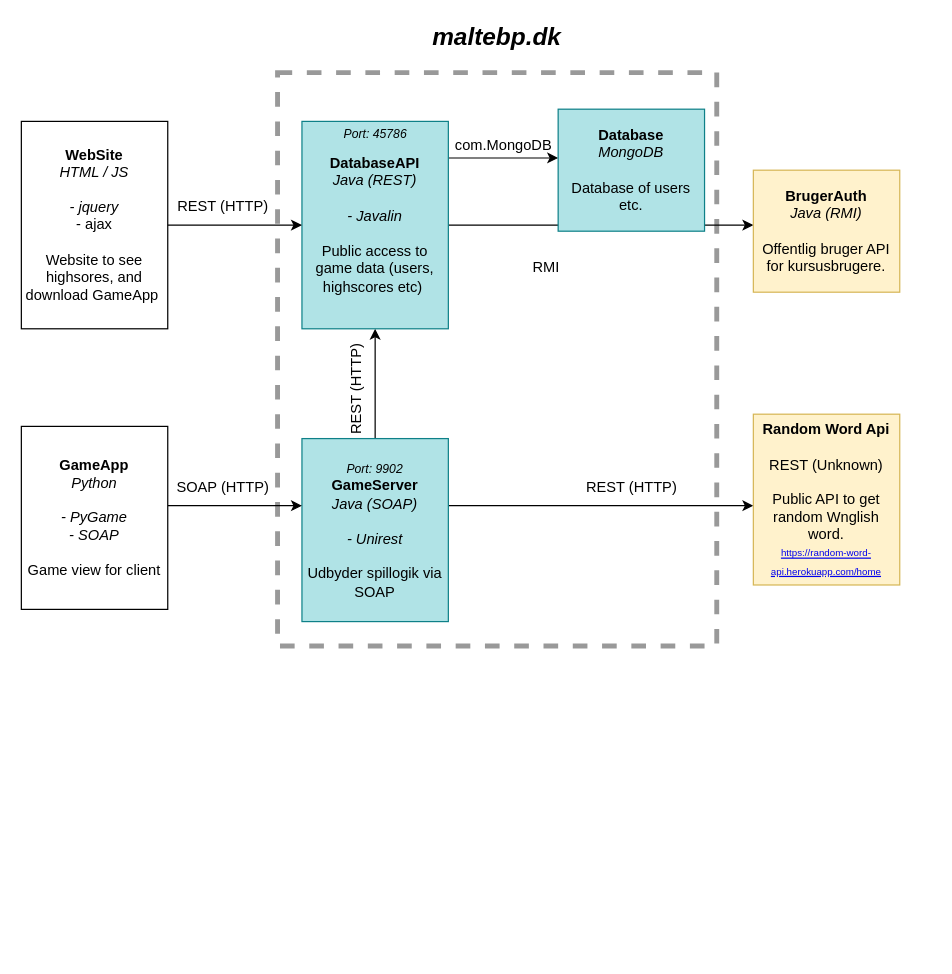
Earlier version of the draw.io diagram network_topology.drawio (maltebp/HangmanOnline). Source tidied: cells renumbered, new cells numbered last; positions are measured from the earlier drawing's top-left corner, leaving out a move shared by most shapes. Both pictures are drawn from the tidied source at 122%, with x=0, y=0 at pixel (21, 23).
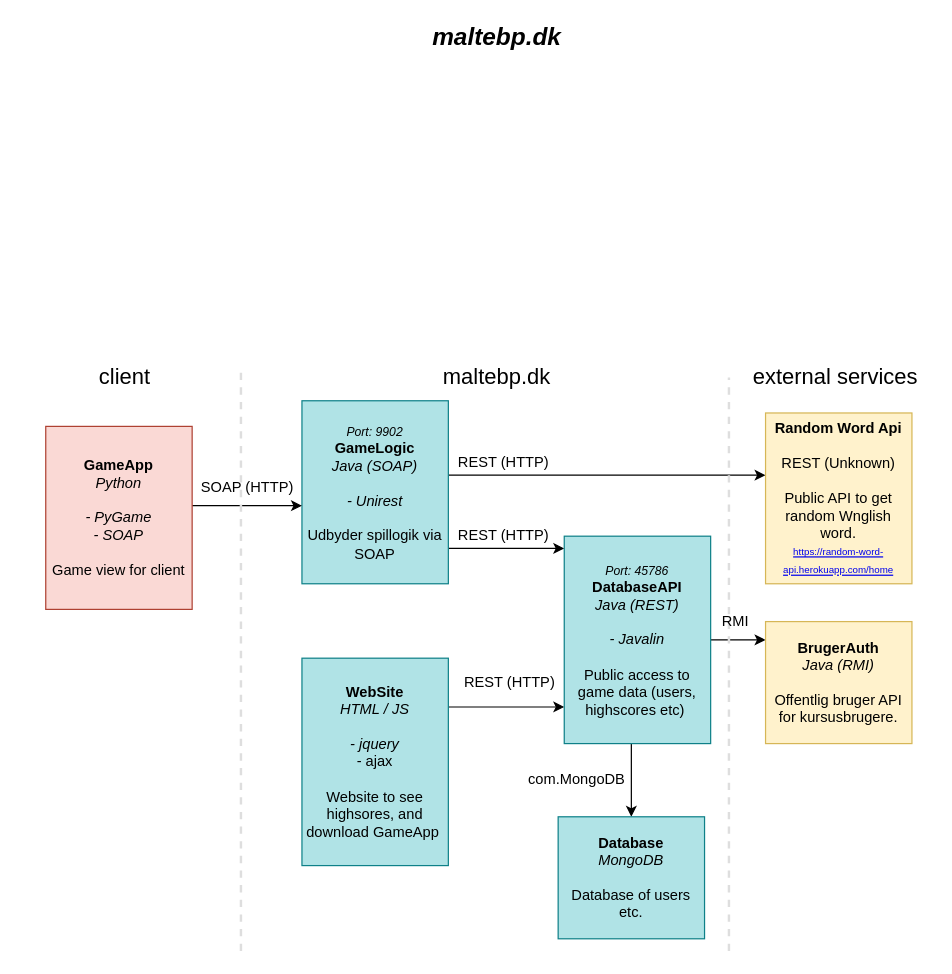
The same diagram, later.

Commit message:
Restructered network topology

The edit, as a diff of the source:
```diff
@@
-    <mxCell id="2" style="rounded=0;whiteSpace=wrap;html=1;strokeColor=#999999;dashed=1;fillColor=none;strokeWidth=4;" parent="1" vertex="1">
-      <mxGeometry x="210" y="40" width="360" height="470" as="geometry" />
-    </mxCell>
     <mxCell id="3" style="edgeStyle=orthogonalEdgeStyle;rounded=0;jettySize=auto;html=1;strokeColor=#000000;shadow=0;comic=0;" parent="1" edge="1" source="5" target="11">
-      <mxGeometry relative="1" as="geometry" />
+      <mxGeometry relative="1" as="geometry">
+        <Array as="points">
+          <mxPoint x="420" y="430" />
+          <mxPoint x="420" y="430" />
+        </Array>
+      </mxGeometry>
     </mxCell>
     <mxCell id="4" style="edgeStyle=orthogonalEdgeStyle;rounded=0;jettySize=auto;html=1;" parent="1" edge="1" source="5" target="21">
       <mxGeometry relative="1" as="geometry">
         <Array as="points">
-          <mxPoint x="590" y="395" />
-          <mxPoint x="590" y="395" />
+          <mxPoint x="490" y="370" />
+          <mxPoint x="490" y="370" />
         </Array>
       </mxGeometry>
     </mxCell>
-    <mxCell id="5" value="&lt;i style=&quot;font-size: 10px&quot;&gt;Port: 9902&lt;/i&gt;&lt;br&gt;&lt;b&gt;&lt;font style=&quot;font-size: 12px&quot;&gt;GameServer&lt;/font&gt;&lt;/b&gt;&lt;br&gt;&lt;i&gt;Java (SOAP)&lt;br&gt;&lt;br&gt;- Unirest&lt;br&gt;&lt;/i&gt;&lt;br&gt;Udbyder spillogik via SOAP" style="rounded=0;whiteSpace=wrap;html=1;fillColor=#b0e3e6;strokeColor=#0e8088;" parent="1" vertex="1">
-      <mxGeometry x="230" y="340" width="120" height="150" as="geometry" />
+    <mxCell id="5" value="&lt;i style=&quot;font-size: 10px&quot;&gt;Port: 9902&lt;/i&gt;&lt;br&gt;&lt;b&gt;&lt;font style=&quot;font-size: 12px&quot;&gt;GameLogic&lt;/font&gt;&lt;/b&gt;&lt;br&gt;&lt;i&gt;Java (SOAP)&lt;br&gt;&lt;br&gt;- Unirest&lt;br&gt;&lt;/i&gt;&lt;br&gt;Udbyder spillogik via SOAP" style="rounded=0;whiteSpace=wrap;html=1;fillColor=#b0e3e6;strokeColor=#0e8088;" parent="1" vertex="1">
+      <mxGeometry x="230" y="309" width="120" height="150" as="geometry" />
     </mxCell>
@@
-    <mxCell id="7" value="&lt;b&gt;GameApp&lt;br&gt;&lt;/b&gt;&lt;i&gt;Python&lt;/i&gt;&lt;br&gt;&lt;br&gt;&lt;i&gt;- PyGame&lt;/i&gt;&lt;br&gt;&lt;i&gt;- SOAP&lt;/i&gt;&lt;br&gt;&lt;br&gt;Game view for client" style="rounded=0;whiteSpace=wrap;html=1;strokeColor=#000000;" parent="1" vertex="1">
-      <mxGeometry y="330" width="120" height="150" as="geometry" />
+    <mxCell id="7" value="&lt;b&gt;GameApp&lt;br&gt;&lt;/b&gt;&lt;i&gt;Python&lt;/i&gt;&lt;br&gt;&lt;br&gt;&lt;i&gt;- PyGame&lt;/i&gt;&lt;br&gt;&lt;i&gt;- SOAP&lt;/i&gt;&lt;br&gt;&lt;br&gt;Game view for client" style="rounded=0;whiteSpace=wrap;html=1;strokeColor=#ae4132;fillColor=#fad9d5;" parent="1" vertex="1">
+      <mxGeometry x="20" y="330" width="120" height="150" as="geometry" />
     </mxCell>
+    <mxCell id="14" style="edgeStyle=orthogonalEdgeStyle;rounded=0;jettySize=auto;html=1;" parent="1" edge="1" source="8" target="11">
+      <mxGeometry relative="1" as="geometry">
+        <Array as="points">
+          <mxPoint x="390" y="560" />
+          <mxPoint x="390" y="560" />
+        </Array>
+      </mxGeometry>
+    </mxCell>
-    <mxCell id="8" value="&lt;b&gt;WebSite&lt;br&gt;&lt;/b&gt;&lt;i&gt;HTML / JS&lt;/i&gt;&lt;br&gt;&lt;br&gt;&lt;i&gt;- jquery&lt;br&gt;&lt;/i&gt;- ajax&lt;br&gt;&lt;br&gt;Website to see highsores, and download GameApp&amp;nbsp;" style="rounded=0;whiteSpace=wrap;html=1;strokeColor=#000000;" parent="1" vertex="1">
-      <mxGeometry y="80" width="120" height="170" as="geometry" />
+    <mxCell id="8" value="&lt;b&gt;WebSite&lt;br&gt;&lt;/b&gt;&lt;i&gt;HTML / JS&lt;/i&gt;&lt;br&gt;&lt;br&gt;&lt;i&gt;- jquery&lt;br&gt;&lt;/i&gt;- ajax&lt;br&gt;&lt;br&gt;Website to see highsores, and download GameApp&amp;nbsp;" style="rounded=0;whiteSpace=wrap;html=1;strokeColor=#0e8088;fillColor=#b0e3e6;" parent="1" vertex="1">
+      <mxGeometry x="230" y="520" width="120" height="170" as="geometry" />
     </mxCell>
+    <mxCell id="10" style="edgeStyle=orthogonalEdgeStyle;rounded=0;jettySize=auto;html=1;strokeColor=#000000;comic=0;" parent="1" edge="1" source="11" target="13">
+      <mxGeometry relative="1" as="geometry">
+        <Array as="points">
+          <mxPoint x="670" y="525" />
+        </Array>
+      </mxGeometry>
+    </mxCell>
-    <mxCell id="9" style="edgeStyle=orthogonalEdgeStyle;rounded=0;jettySize=auto;html=1;strokeColor=#000000;" parent="1" edge="1" source="11" target="12">
+    <mxCell id="9" style="edgeStyle=orthogonalEdgeStyle;rounded=0;jettySize=auto;html=1;" parent="1" edge="1" source="11" target="12">
       <mxGeometry relative="1" as="geometry">
         <Array as="points">
-          <mxPoint x="385" y="110" />
-          <mxPoint x="385" y="110" />
+          <mxPoint x="500" y="620" />
+          <mxPoint x="500" y="620" />
         </Array>
       </mxGeometry>
     </mxCell>
-    <mxCell id="10" style="edgeStyle=orthogonalEdgeStyle;rounded=0;jettySize=auto;html=1;strokeColor=#000000;comic=0;" parent="1" edge="1" source="11" target="13">
-      <mxGeometry relative="1" as="geometry">
-        <Array as="points">
-          <mxPoint x="600" y="210" />
-          <mxPoint x="600" y="210" />
-        </Array>
-      </mxGeometry>
-    </mxCell>
-    <mxCell id="11" value="&lt;b&gt;DatabaseAPI&lt;br&gt;&lt;/b&gt;&lt;i&gt;Java (REST)&lt;/i&gt;&lt;br&gt;&lt;br&gt;&lt;i&gt;- Javalin&lt;/i&gt;&lt;br&gt;&lt;br&gt;Public access to game data (users, highscores etc)&amp;nbsp;" style="rounded=0;whiteSpace=wrap;html=1;fillColor=#b0e3e6;strokeColor=#0e8088;" parent="1" vertex="1">
-      <mxGeometry x="230" y="80" width="120" height="170" as="geometry" />
+    <mxCell id="11" value="&lt;i style=&quot;white-space: nowrap&quot;&gt;&lt;font style=&quot;font-size: 10px&quot;&gt;Port: 45786&lt;/font&gt;&lt;/i&gt;&lt;b&gt;&lt;br&gt;DatabaseAPI&lt;br&gt;&lt;/b&gt;&lt;i&gt;Java (REST)&lt;/i&gt;&lt;br&gt;&lt;br&gt;&lt;i&gt;- Javalin&lt;/i&gt;&lt;br&gt;&lt;br&gt;Public access to game data (users, highscores etc)&amp;nbsp;" style="rounded=0;whiteSpace=wrap;html=1;fillColor=#b0e3e6;strokeColor=#0e8088;" parent="1" vertex="1">
+      <mxGeometry x="445" y="420" width="120" height="170" as="geometry" />
     </mxCell>
     <mxCell id="12" value="&lt;b&gt;Database&lt;br&gt;&lt;/b&gt;&lt;i&gt;MongoDB&lt;/i&gt;&lt;br&gt;&lt;div&gt;&lt;br&gt;&lt;/div&gt;Database of users etc." style="rounded=0;whiteSpace=wrap;html=1;fillColor=#b0e3e6;strokeColor=#0e8088;" parent="1" vertex="1">
-      <mxGeometry x="440" y="70" width="120" height="100" as="geometry" />
+      <mxGeometry x="440" y="650" width="120" height="100" as="geometry" />
     </mxCell>
     <mxCell id="13" value="&lt;b&gt;BrugerAuth&lt;br&gt;&lt;/b&gt;&lt;i&gt;Java (RMI)&lt;/i&gt;&lt;br&gt;&lt;br&gt;Offentlig bruger API for kursusbrugere." style="rounded=0;whiteSpace=wrap;html=1;fillColor=#fff2cc;strokeColor=#d6b656;" parent="1" vertex="1">
-      <mxGeometry x="600" y="120" width="120" height="100" as="geometry" />
+      <mxGeometry x="610" y="490" width="120" height="100" as="geometry" />
     </mxCell>
-    <mxCell id="14" style="endArrow=classic;html=1;entryX=0;entryY=0.5;entryDx=0;entryDy=0;" parent="1" edge="1" source="8" target="11">
-      <mxGeometry relative="1" as="geometry" />
-    </mxCell>
@@
-    <mxCell id="16" value="&lt;div&gt;REST (HTTP)&lt;/div&gt;" style="text;html=1;align=center;verticalAlign=middle;rotation=-90;" parent="1" vertex="1">
-      <mxGeometry x="230" y="290" width="90" height="20" as="geometry" />
+    <mxCell id="16" value="&lt;div&gt;REST (HTTP)&lt;/div&gt;" style="text;html=1;align=center;verticalAlign=middle;rotation=0;" parent="1" vertex="1">
+      <mxGeometry x="350" y="410" width="90" height="20" as="geometry" />
     </mxCell>
     <mxCell id="17" value="&lt;div&gt;REST (HTTP)&lt;/div&gt;" style="text;html=1;align=center;verticalAlign=middle;" parent="1" vertex="1">
-      <mxGeometry x="120" y="140" width="90" height="20" as="geometry" />
+      <mxGeometry x="355" y="530" width="90" height="20" as="geometry" />
     </mxCell>
-    <mxCell id="18" value="&lt;div&gt;RMI&lt;/div&gt;" style="text;html=1;align=center;verticalAlign=middle;" parent="1" vertex="1">
-      <mxGeometry x="410" y="190" width="40" height="20" as="geometry" />
-    </mxCell>
     <mxCell id="19" value="SOAP (HTTP)" style="text;html=1;align=center;verticalAlign=middle;" parent="1" vertex="1">
-      <mxGeometry x="120" y="370" width="90" height="20" as="geometry" />
+      <mxGeometry x="140" y="370" width="90" height="20" as="geometry" />
     </mxCell>
     <mxCell id="20" value="com.MongoDB" style="text;html=1;align=center;verticalAlign=middle;" parent="1" vertex="1">
-      <mxGeometry x="350" y="90" width="90" height="20" as="geometry" />
+      <mxGeometry x="410" y="610" width="90" height="20" as="geometry" />
     </mxCell>
     <mxCell id="21" value="&lt;b&gt;Random Word Api&lt;br&gt;&lt;/b&gt;&lt;i&gt;&lt;br&gt;&lt;/i&gt;REST (Unknown)&lt;br&gt;&lt;br&gt;Public API to get random Wnglish word.&lt;br&gt;&lt;a href=&quot;https://random-word-api.herokuapp.com/home&quot;&gt;&lt;font style=&quot;font-size: 8px&quot;&gt;https://random-word-api.herokuapp.com/home&lt;/font&gt;&lt;/a&gt;" style="rounded=0;whiteSpace=wrap;html=1;fillColor=#fff2cc;strokeColor=#d6b656;" parent="1" vertex="1">
-      <mxGeometry x="600" y="320" width="120" height="140" as="geometry" />
+      <mxGeometry x="610" y="319" width="120" height="140" as="geometry" />
     </mxCell>
     <mxCell id="22" value="&lt;div&gt;REST (HTTP)&lt;/div&gt;" style="text;html=1;align=center;verticalAlign=middle;" parent="1" vertex="1">
-      <mxGeometry x="455" y="370" width="90" height="20" as="geometry" />
+      <mxGeometry x="350" y="350" width="90" height="20" as="geometry" />
     </mxCell>
-    <mxCell id="23" value="&lt;i&gt;&lt;font style=&quot;font-size: 10px&quot;&gt;Port: 45786&lt;/font&gt;&lt;/i&gt;" style="text;html=1;align=center;verticalAlign=middle;" parent="1" vertex="1">
-      <mxGeometry x="255" y="80" width="70" height="20" as="geometry" />
-    </mxCell>
+    <mxCell id="24" style="endArrow=none;html=1;dashed=1;strokeWidth=2;strokeColor=#DEDEDE;" parent="1" edge="1">
+      <mxGeometry relative="1" as="geometry">
+        <mxPoint x="180" y="760" as="sourcePoint" />
+        <mxPoint x="180" y="280" as="targetPoint" />
+      </mxGeometry>
+    </mxCell>
+    <mxCell id="25" style="endArrow=none;html=1;dashed=1;strokeWidth=2;strokeColor=#DEDEDE;" parent="1" edge="1">
+      <mxGeometry relative="1" as="geometry">
+        <mxPoint x="580" y="760" as="sourcePoint" />
+        <mxPoint x="580" y="290" as="targetPoint" />
+      </mxGeometry>
+    </mxCell>
+    <mxCell id="26" value="&lt;h2&gt;&lt;span style=&quot;font-weight: normal&quot;&gt;maltebp.dk&lt;/span&gt;&lt;/h2&gt;" style="text;html=1;strokeColor=none;fillColor=none;align=center;verticalAlign=middle;whiteSpace=wrap;rounded=0;" parent="1" vertex="1">
+      <mxGeometry x="335" y="280" width="110" height="20" as="geometry" />
+    </mxCell>
+    <mxCell id="27" value="&lt;h2&gt;&lt;span style=&quot;font-weight: 400&quot;&gt;client&lt;/span&gt;&lt;/h2&gt;" style="text;html=1;strokeColor=none;fillColor=none;align=center;verticalAlign=middle;whiteSpace=wrap;rounded=0;" parent="1" vertex="1">
+      <mxGeometry x="30" y="280" width="110" height="20" as="geometry" />
+    </mxCell>
+    <mxCell id="28" value="&lt;h2&gt;&lt;span style=&quot;font-weight: 400&quot;&gt;external services&lt;/span&gt;&lt;/h2&gt;" style="text;html=1;strokeColor=none;fillColor=none;align=center;verticalAlign=middle;whiteSpace=wrap;rounded=0;" parent="1" vertex="1">
+      <mxGeometry x="590" y="280" width="155" height="20" as="geometry" />
+    </mxCell>
+    <mxCell id="18" value="&lt;div&gt;RMI&lt;/div&gt;" style="text;html=1;align=center;verticalAlign=middle;" parent="1" vertex="1">
+      <mxGeometry x="565" y="480" width="40" height="20" as="geometry" />
+    </mxCell>
```
